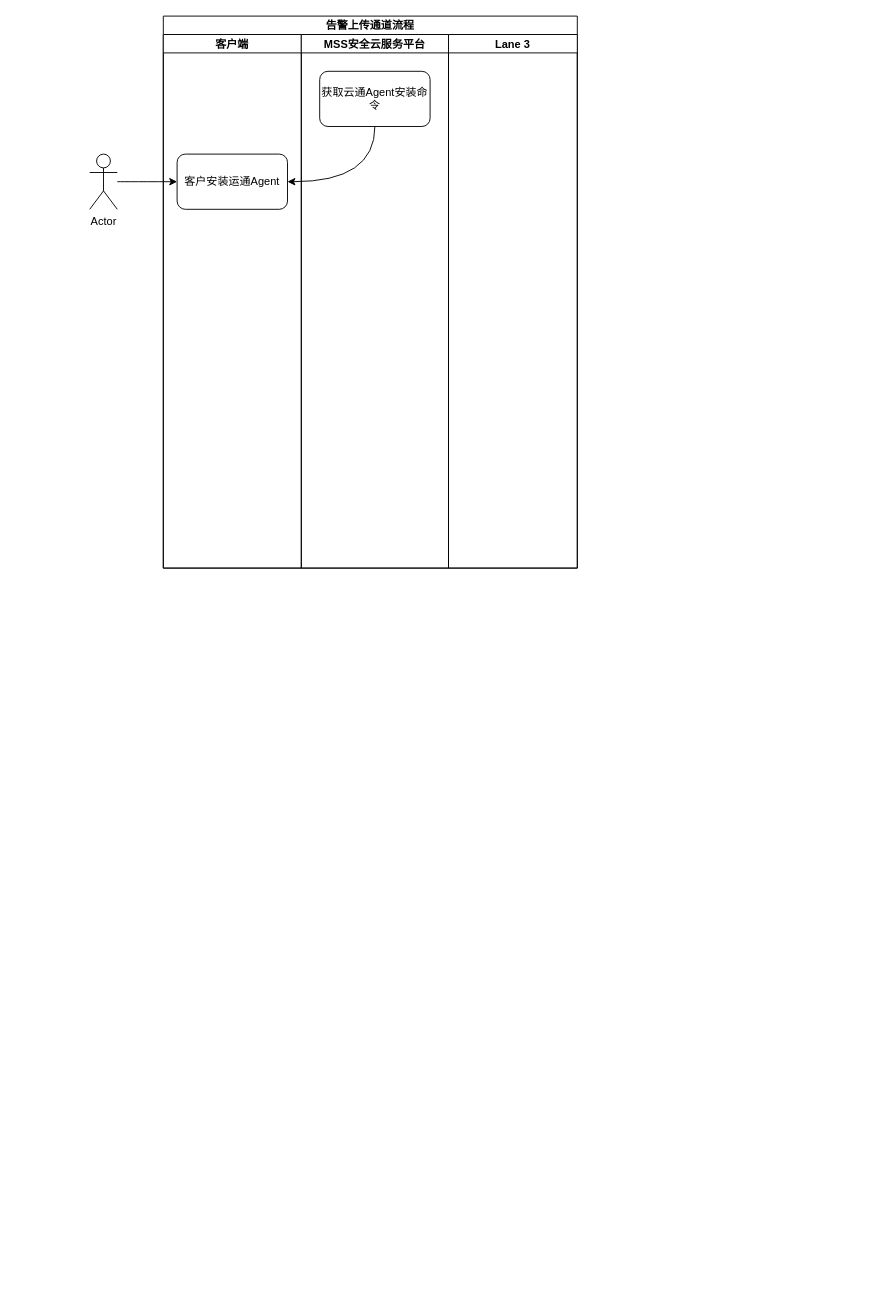
Before: ah-security/src/main/java/com/zhansc/ahsecurity/mss/告警上传通道流程.drawio in zhansc/worksheet, a draw.io diagram. Source tidied: cells renumbered, new cells numbered last; positions are measured from the earlier drawing's top-left corner, leaving out a move shared by most shapes. Both pictures are drawn from the tidied source at 92%, with x=0, y=0 at pixel (89, 16).
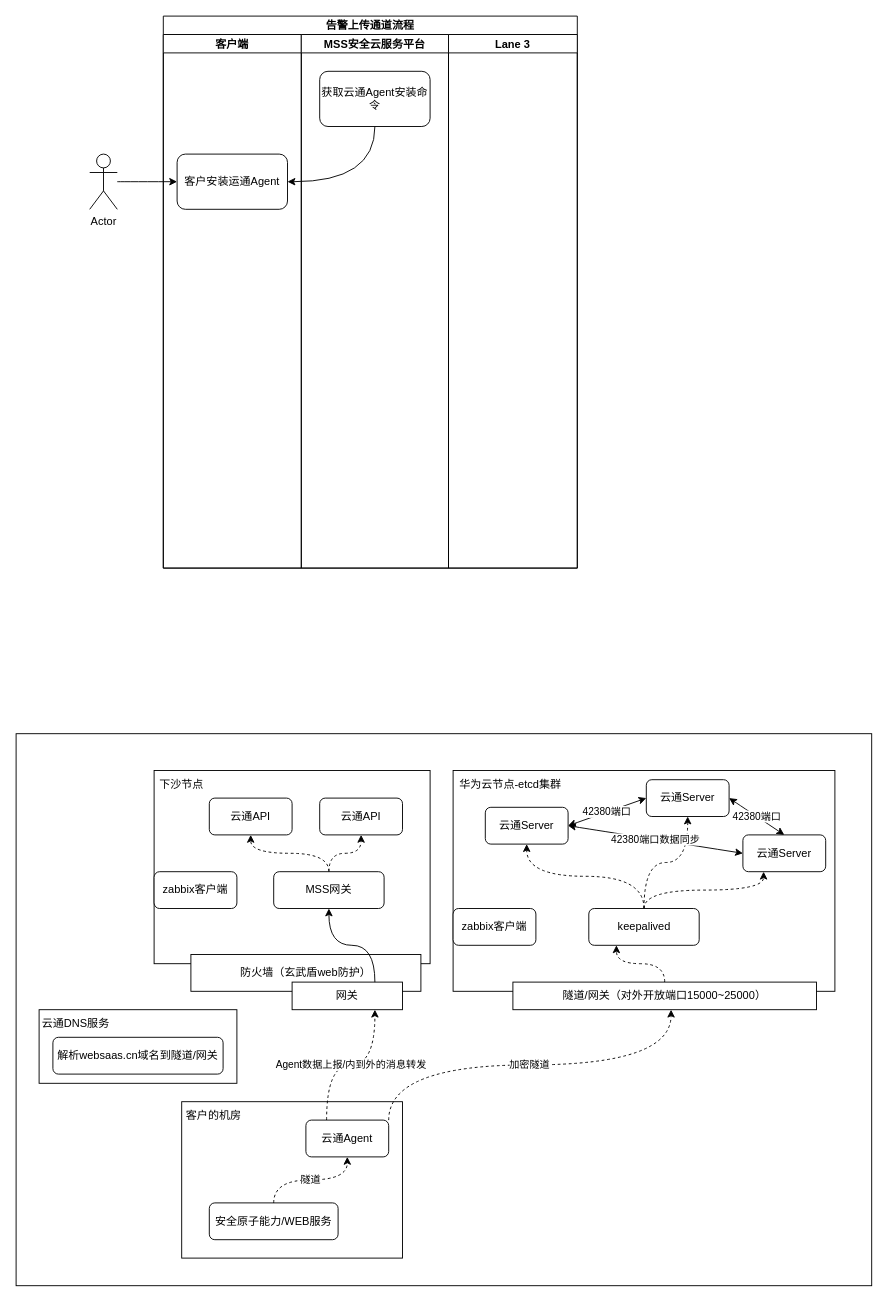
Above is the later version.

Commit message:
告警上传通道流程.drawio

What changed in the source:
```diff
@@
+    <mxCell id="11" style="rounded=0;whiteSpace=wrap;html=1;" parent="1" vertex="1">
+      <mxGeometry x="-80" y="780" width="930" height="600" as="geometry" />
+    </mxCell>
+    <mxCell id="12" style="rounded=0;whiteSpace=wrap;html=1;" parent="1" vertex="1">
+      <mxGeometry x="395" y="820" width="415" height="240" as="geometry" />
+    </mxCell>
+    <mxCell id="13" style="rounded=0;whiteSpace=wrap;html=1;" parent="1" vertex="1">
+      <mxGeometry x="100" y="1180" width="240" height="170" as="geometry" />
+    </mxCell>
+    <mxCell id="14" style="rounded=0;whiteSpace=wrap;html=1;" parent="1" vertex="1">
+      <mxGeometry x="70" y="820" width="300" height="210" as="geometry" />
+    </mxCell>
@@
+    <mxCell id="15" value="云通API" style="rounded=1;whiteSpace=wrap;html=1;" parent="1" vertex="1">
+      <mxGeometry x="130" y="850" width="90" height="40" as="geometry" />
+    </mxCell>
+    <mxCell id="16" value="云通API" style="rounded=1;whiteSpace=wrap;html=1;" parent="1" vertex="1">
+      <mxGeometry x="250" y="850" width="90" height="40" as="geometry" />
+    </mxCell>
+    <mxCell id="17" style="edgeStyle=orthogonalEdgeStyle;curved=1;rounded=0;jettySize=auto;html=1;entryX=0.5;entryY=1;entryDx=0;entryDy=0;dashed=1;" parent="1" edge="1" source="19" target="15">
+      <mxGeometry relative="1" as="geometry" />
+    </mxCell>
+    <mxCell id="18" style="edgeStyle=orthogonalEdgeStyle;curved=1;rounded=0;jettySize=auto;html=1;entryX=0.5;entryY=1;entryDx=0;entryDy=0;dashed=1;" parent="1" edge="1" source="19" target="16">
+      <mxGeometry relative="1" as="geometry" />
+    </mxCell>
+    <mxCell id="19" value="MSS网关" style="rounded=1;whiteSpace=wrap;html=1;" parent="1" vertex="1">
+      <mxGeometry x="200" y="930" width="120" height="40" as="geometry" />
+    </mxCell>
+    <mxCell id="20" value="下沙节点" style="text;html=1;strokeColor=none;fillColor=none;align=center;verticalAlign=middle;whiteSpace=wrap;rounded=0;" parent="1" vertex="1">
+      <mxGeometry x="70" y="820" width="60" height="30" as="geometry" />
+    </mxCell>
+    <mxCell id="21" value="防火墙（玄武盾web防护）" style="rounded=0;whiteSpace=wrap;html=1;" parent="1" vertex="1">
+      <mxGeometry x="110" y="1020" width="250" height="40" as="geometry" />
+    </mxCell>
+    <mxCell id="22" value="网关" style="rounded=0;whiteSpace=wrap;html=1;" parent="1" vertex="1">
+      <mxGeometry x="220" y="1050" width="120" height="30" as="geometry" />
+    </mxCell>
+    <mxCell id="23" style="edgeStyle=orthogonalEdgeStyle;rounded=0;jettySize=auto;html=1;entryX=0.5;entryY=1;entryDx=0;entryDy=0;elbow=vertical;curved=1;exitX=0.75;exitY=0;exitDx=0;exitDy=0;" parent="1" edge="1" source="22" target="19">
+      <mxGeometry relative="1" as="geometry" />
+    </mxCell>
+    <mxCell id="24" value="隧道" style="edgeStyle=orthogonalEdgeStyle;curved=1;rounded=0;jettySize=auto;html=1;entryX=0.5;entryY=1;entryDx=0;entryDy=0;elbow=vertical;dashed=1;" parent="1" edge="1" source="25" target="28">
+      <mxGeometry relative="1" as="geometry" />
+    </mxCell>
+    <mxCell id="25" value="安全原子能力/WEB服务" style="rounded=1;whiteSpace=wrap;html=1;" parent="1" vertex="1">
+      <mxGeometry x="130" y="1290" width="140" height="40" as="geometry" />
+    </mxCell>
+    <mxCell id="26" value="Agent数据上报/内到外的消息转发" style="edgeStyle=orthogonalEdgeStyle;curved=1;rounded=0;jettySize=auto;html=1;entryX=0.75;entryY=1;entryDx=0;entryDy=0;dashed=1;elbow=vertical;exitX=0.25;exitY=0;exitDx=0;exitDy=0;" parent="1" edge="1" source="28" target="22">
+      <mxGeometry relative="1" as="geometry" />
+    </mxCell>
+    <mxCell id="27" value="加密隧道" style="edgeStyle=orthogonalEdgeStyle;curved=1;rounded=0;jettySize=auto;html=1;exitX=1;exitY=0;exitDx=0;exitDy=0;entryX=0.521;entryY=1;entryDx=0;entryDy=0;entryPerimeter=0;elbow=vertical;dashed=1;" parent="1" edge="1" source="28" target="45">
+      <mxGeometry relative="1" as="geometry" />
+    </mxCell>
+    <mxCell id="28" value="云通Agent" style="rounded=1;whiteSpace=wrap;html=1;" parent="1" vertex="1">
+      <mxGeometry x="235" y="1200" width="90" height="40" as="geometry" />
+    </mxCell>
+    <mxCell id="29" value="客户的机房" style="text;html=1;strokeColor=none;fillColor=none;align=center;verticalAlign=middle;whiteSpace=wrap;rounded=0;" parent="1" vertex="1">
+      <mxGeometry x="100" y="1180" width="70" height="30" as="geometry" />
+    </mxCell>
+    <mxCell id="30" style="rounded=0;whiteSpace=wrap;html=1;" parent="1" vertex="1">
+      <mxGeometry x="-55" y="1080" width="215" height="80" as="geometry" />
+    </mxCell>
+    <mxCell id="31" value="云通DNS服务" style="text;html=1;strokeColor=none;fillColor=none;align=center;verticalAlign=middle;whiteSpace=wrap;rounded=0;" parent="1" vertex="1">
+      <mxGeometry x="-70" y="1080" width="110" height="30" as="geometry" />
+    </mxCell>
+    <mxCell id="32" value="解析websaas.cn域名到隧道/网关" style="rounded=1;whiteSpace=wrap;html=1;" parent="1" vertex="1">
+      <mxGeometry x="-40" y="1110" width="185" height="40" as="geometry" />
+    </mxCell>
+    <mxCell id="33" value="云通Server" style="rounded=1;whiteSpace=wrap;html=1;" parent="1" vertex="1">
+      <mxGeometry x="430" y="860" width="90" height="40" as="geometry" />
+    </mxCell>
+    <mxCell id="34" value="云通Server" style="rounded=1;whiteSpace=wrap;html=1;" parent="1" vertex="1">
+      <mxGeometry x="710" y="890" width="90" height="40" as="geometry" />
+    </mxCell>
+    <mxCell id="35" value="云通Server" style="rounded=1;whiteSpace=wrap;html=1;" parent="1" vertex="1">
+      <mxGeometry x="605" y="830" width="90" height="40" as="geometry" />
+    </mxCell>
+    <mxCell id="36" style="edgeStyle=orthogonalEdgeStyle;curved=1;rounded=0;jettySize=auto;html=1;entryX=0.5;entryY=1;entryDx=0;entryDy=0;dashed=1;elbow=vertical;exitX=0.5;exitY=0;exitDx=0;exitDy=0;" parent="1" edge="1" source="39" target="33">
+      <mxGeometry relative="1" as="geometry" />
+    </mxCell>
+    <mxCell id="37" style="edgeStyle=orthogonalEdgeStyle;curved=1;rounded=0;jettySize=auto;html=1;entryX=0.5;entryY=1;entryDx=0;entryDy=0;dashed=1;elbow=vertical;" parent="1" edge="1" source="39" target="35">
+      <mxGeometry relative="1" as="geometry" />
+    </mxCell>
+    <mxCell id="38" style="edgeStyle=orthogonalEdgeStyle;curved=1;rounded=0;jettySize=auto;html=1;entryX=0.25;entryY=1;entryDx=0;entryDy=0;dashed=1;elbow=vertical;exitX=0.5;exitY=0;exitDx=0;exitDy=0;" parent="1" edge="1" source="39" target="34">
+      <mxGeometry relative="1" as="geometry" />
+    </mxCell>
+    <mxCell id="39" value="keepalived" style="rounded=1;whiteSpace=wrap;html=1;" parent="1" vertex="1">
+      <mxGeometry x="542.5" y="970" width="120" height="40" as="geometry" />
+    </mxCell>
+    <mxCell id="40" value="华为云节点-etcd集群" style="text;html=1;strokeColor=none;fillColor=none;align=center;verticalAlign=middle;whiteSpace=wrap;rounded=0;" parent="1" vertex="1">
+      <mxGeometry x="395" y="820" width="125" height="30" as="geometry" />
+    </mxCell>
+    <mxCell id="41" value="42380端口" style="endArrow=classic;startArrow=classic;html=1;rounded=0;curved=1;elbow=vertical;entryX=0;entryY=0.5;entryDx=0;entryDy=0;exitX=1;exitY=0.5;exitDx=0;exitDy=0;" parent="1" edge="1" source="33" target="35">
+      <mxGeometry relative="1" as="geometry" />
+    </mxCell>
+    <mxCell id="42" value="42380端口" style="endArrow=classic;startArrow=classic;html=1;rounded=0;curved=1;elbow=vertical;entryX=0.5;entryY=0;entryDx=0;entryDy=0;exitX=1;exitY=0.5;exitDx=0;exitDy=0;" parent="1" edge="1" source="35" target="34">
+      <mxGeometry relative="1" as="geometry" />
+    </mxCell>
+    <mxCell id="43" value="42380端口数据同步" style="endArrow=classic;startArrow=classic;html=1;rounded=0;curved=1;elbow=vertical;entryX=0;entryY=0.5;entryDx=0;entryDy=0;exitX=1;exitY=0.5;exitDx=0;exitDy=0;" parent="1" edge="1" source="33" target="34">
+      <mxGeometry relative="1" as="geometry" />
+    </mxCell>
+    <mxCell id="44" style="edgeStyle=orthogonalEdgeStyle;curved=1;rounded=0;jettySize=auto;html=1;entryX=0.25;entryY=1;entryDx=0;entryDy=0;dashed=1;elbow=vertical;" parent="1" edge="1" source="45" target="39">
+      <mxGeometry relative="1" as="geometry" />
+    </mxCell>
+    <mxCell id="45" value="隧道/网关（对外开放端口15000~25000）" style="rounded=0;whiteSpace=wrap;html=1;" parent="1" vertex="1">
+      <mxGeometry x="460" y="1050" width="330" height="30" as="geometry" />
+    </mxCell>
+    <mxCell id="46" value="zabbix客户端" style="rounded=1;whiteSpace=wrap;html=1;" parent="1" vertex="1">
+      <mxGeometry x="70" y="930" width="90" height="40" as="geometry" />
+    </mxCell>
+    <mxCell id="47" value="zabbix客户端" style="rounded=1;whiteSpace=wrap;html=1;" parent="1" vertex="1">
+      <mxGeometry x="395" y="970" width="90" height="40" as="geometry" />
+    </mxCell>
```
